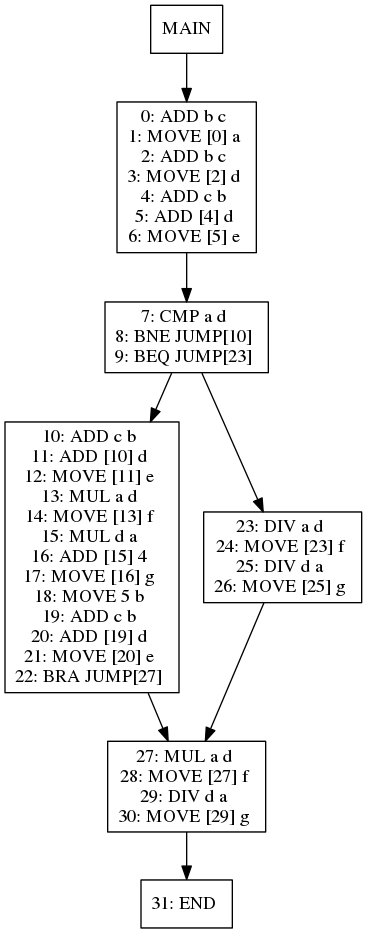
Earlier version of the Graphviz export viz/test025.dot.png (jiahanwang/PL241-Compiler). Its source is kept beside it as viz/test025.dot.
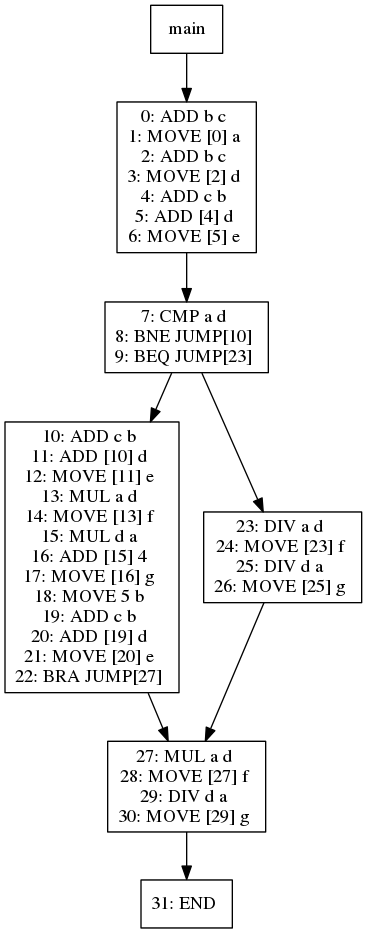
Above is the later version.

Change to the diagram source:
```diff
@@ -1,8 +1,8 @@
 digraph test025 {
 node [shape=box]
-1[label="MAIN"]
-1 -> 3
-3[label="0: ADD b c
+461[label="main"]
+461 -> 463
+463[label="0: ADD b c
 1: MOVE [0] a
 2: ADD b c
 3: MOVE [2] d
@@ -10,13 +10,13 @@
 5: ADD [4] d
 6: MOVE [5] e
 "]
-3 -> 6
-6[label="7: CMP a d
+463 -> 466
+466[label="7: CMP a d
 8: BNE JUMP[10]
 9: BEQ JUMP[23]
 "]
-6 -> 8
-8[label="10: ADD c b
+466 -> 468
+468[label="10: ADD c b
 11: ADD [10] d
 12: MOVE [11] e
 13: MUL a d
@@ -30,20 +30,20 @@
 21: MOVE [20] e
 22: BRA JUMP[27]
 "]
-8 -> 7
-7[label="27: MUL a d
+468 -> 467
+467[label="27: MUL a d
 28: MOVE [27] f
 29: DIV d a
 30: MOVE [29] g
 "]
-7 -> 17
-17[label="31: END
+467 -> 477
+477[label="31: END
 "]
-6 -> 13
-13[label="23: DIV a d
+466 -> 473
+473[label="23: DIV a d
 24: MOVE [23] f
 25: DIV d a
 26: MOVE [25] g
 "]
-13 -> 7
+473 -> 467
 }
```
